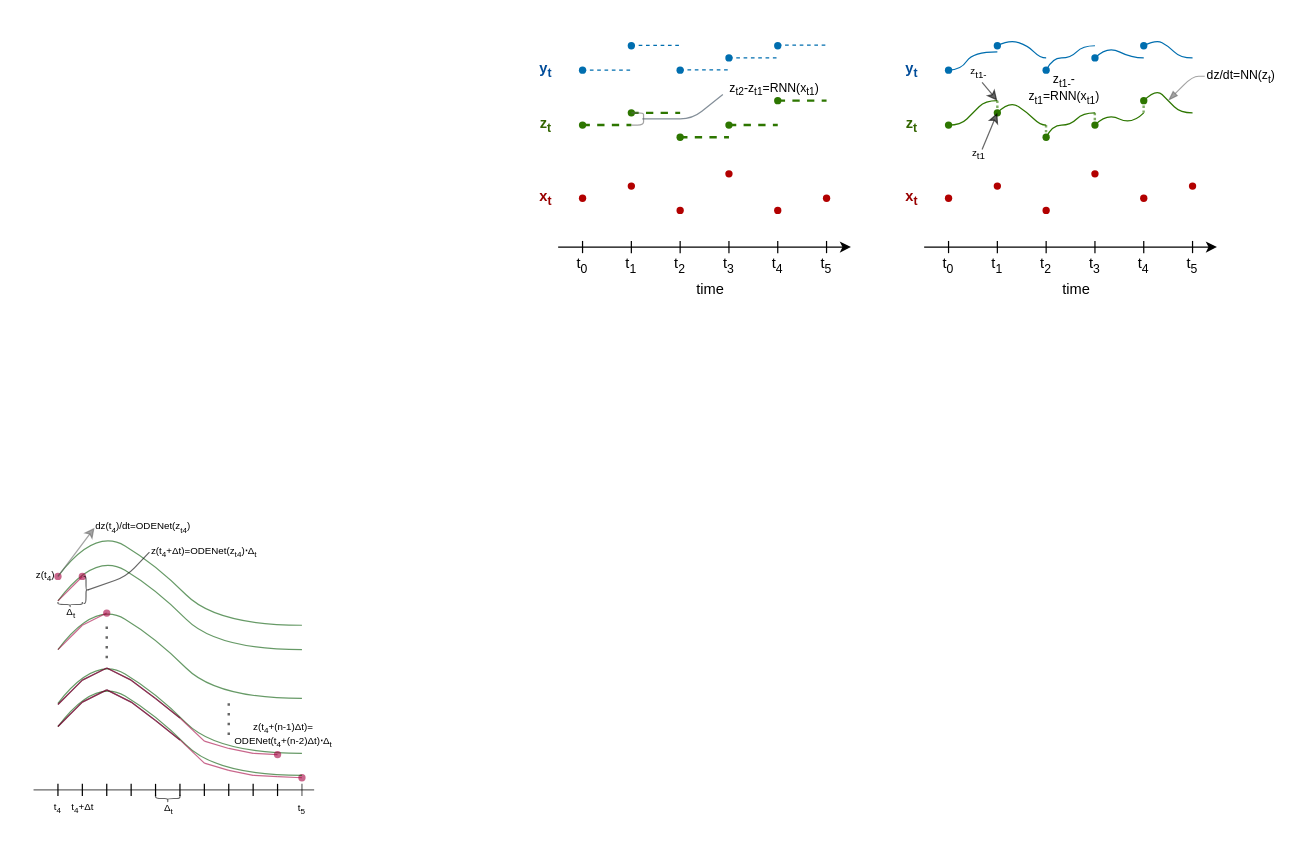
Above: graph1.drawio in oizin/links (draw.io), before the change. Source tidied: cells renumbered, new cells numbered last; positions are measured from the earlier drawing's top-left corner, leaving out a move shared by most shapes. Both pictures are drawn from the tidied source at 122%, with x=0, y=0 at pixel (21, 21).
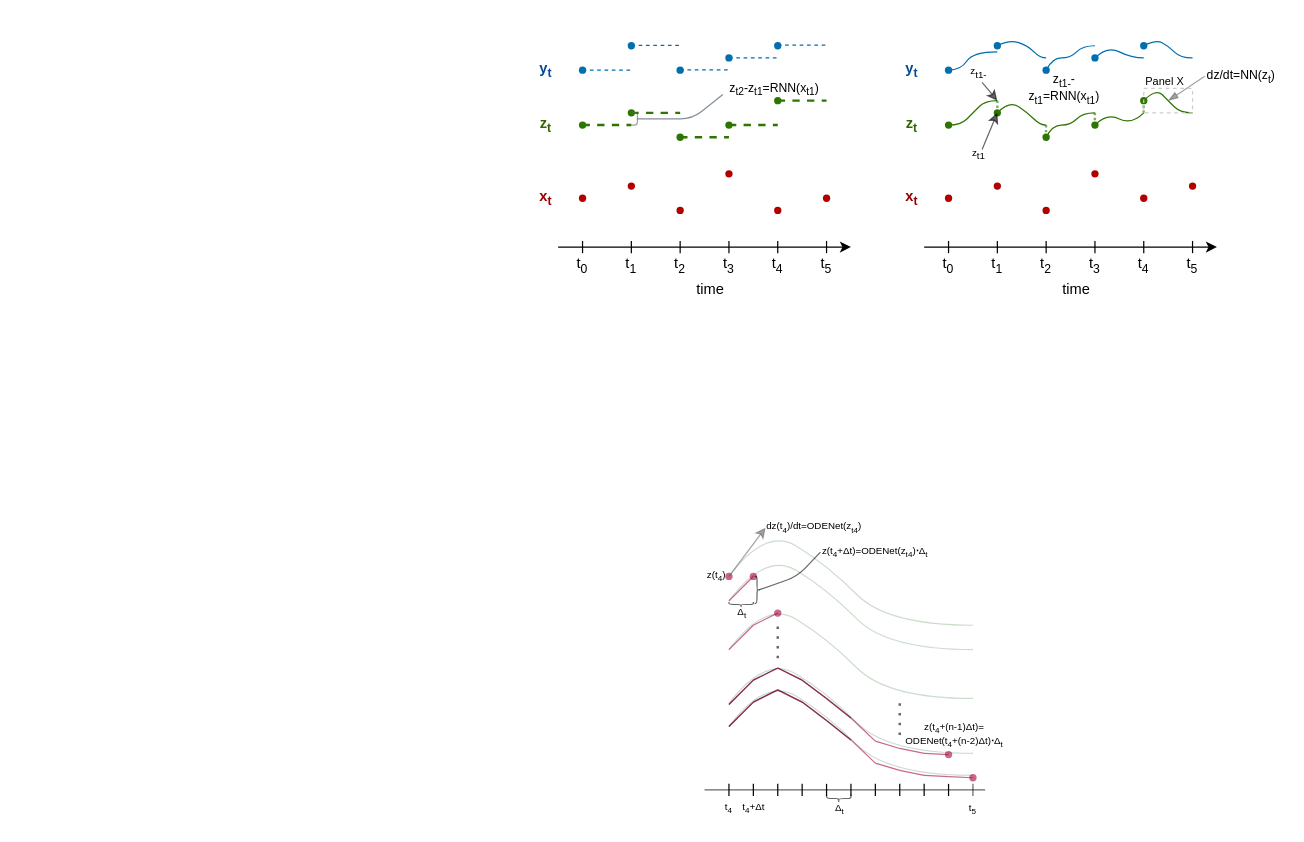
Above is the later version.

Change to the diagram source:
```diff
@@
     <mxCell id="90" style="endArrow=blockThin;html=1;fontColor=#000000;fillColor=#f5f5f5;strokeColor=#666666;gradientColor=#b3b3b3;opacity=60;endFill=1;" parent="1" edge="1">
       <mxGeometry relative="1" as="geometry">
         <mxPoint x="970" y="45" as="sourcePoint" />
         <mxPoint x="940" y="65" as="targetPoint" />
-        <Array as="points">
-          <mxPoint x="960" y="45" />
-        </Array>
       </mxGeometry>
     </mxCell>
@@
     <mxCell id="103" style="shape=curlyBracket;whiteSpace=wrap;html=1;rounded=1;fontSize=8;fontColor=#333333;strokeWidth=1;rotation=-180;fillColor=#f5f5f5;strokeColor=#666666;size=0;opacity=60;" parent="1" vertex="1">
-      <mxGeometry x="500" y="75" width="10" height="10" as="geometry" />
+      <mxGeometry x="500" y="75" width="5" height="10" as="geometry" />
     </mxCell>
     <mxCell id="104" style="line;strokeWidth=1;html=1;fontSize=8;fontColor=#000000;opacity=60;" parent="1" vertex="1">
-      <mxGeometry x="10" y="625" width="230" height="10" as="geometry" />
+      <mxGeometry x="560" y="625" width="230" height="10" as="geometry" />
     </mxCell>
-    <mxCell id="105" style="curved=1;endArrow=none;html=1;fontSize=8;fontColor=#000000;strokeWidth=1;opacity=60;endFill=0;fillColor=#008a00;strokeColor=#005700;" parent="1" edge="1">
+    <mxCell id="105" style="curved=1;endArrow=none;html=1;fontSize=8;fontColor=#000000;strokeWidth=1;opacity=20;endFill=0;fillColor=#008a00;strokeColor=#005700;textOpacity=50;" parent="1" edge="1">
       <mxGeometry relative="1" as="geometry">
-        <mxPoint x="30" y="455" as="sourcePoint" />
-        <mxPoint x="230" y="495" as="targetPoint" />
+        <mxPoint x="580" y="455" as="sourcePoint" />
+        <mxPoint x="780" y="495" as="targetPoint" />
         <Array as="points">
-          <mxPoint x="60" y="415" />
-          <mxPoint x="110" y="445" />
-          <mxPoint x="160" y="495" />
+          <mxPoint x="610" y="415" />
+          <mxPoint x="660" y="445" />
+          <mxPoint x="710" y="495" />
         </Array>
       </mxGeometry>
     </mxCell>
     <mxCell id="106" style="line;strokeWidth=1;direction=south;html=1;" parent="1" vertex="1">
-      <mxGeometry x="25" y="625" width="10" height="10" as="geometry" />
+      <mxGeometry x="575" y="625" width="10" height="10" as="geometry" />
     </mxCell>
-    <mxCell id="107" style="curved=1;endArrow=none;html=1;fontSize=8;fontColor=#000000;strokeWidth=1;opacity=60;endFill=0;fillColor=#008a00;strokeColor=#005700;" parent="1" edge="1">
+    <mxCell id="107" style="curved=1;endArrow=none;html=1;fontSize=8;fontColor=#000000;strokeWidth=1;opacity=20;endFill=0;fillColor=#008a00;strokeColor=#005700;" parent="1" edge="1">
       <mxGeometry relative="1" as="geometry">
-        <mxPoint x="30" y="475" as="sourcePoint" />
-        <mxPoint x="230" y="515" as="targetPoint" />
+        <mxPoint x="580" y="475" as="sourcePoint" />
+        <mxPoint x="780" y="515" as="targetPoint" />
         <Array as="points">
-          <mxPoint x="60" y="435" />
-          <mxPoint x="110" y="465" />
-          <mxPoint x="160" y="515" />
+          <mxPoint x="610" y="435" />
+          <mxPoint x="660" y="465" />
+          <mxPoint x="710" y="515" />
         </Array>
       </mxGeometry>
     </mxCell>
     <mxCell id="108" style="shape=waypoint;sketch=0;fillStyle=solid;size=6;fillColor=#d80073;perimeter=centerPerimeter;fontSize=8;fontColor=#ffffff;strokeWidth=1;opacity=60;strokeColor=#A50040;" parent="1" vertex="1">
-      <mxGeometry x="10" y="435" width="40" height="40" as="geometry" />
+      <mxGeometry x="560" y="435" width="40" height="40" as="geometry" />
     </mxCell>
     <mxCell id="109" style="shape=waypoint;sketch=0;fillStyle=solid;size=6;points=[];fillColor=#d80073;perimeter=centerPerimeter;snapToPoint=1;fontSize=8;fontColor=#ffffff;strokeWidth=1;opacity=60;strokeColor=#A50040;" parent="1" vertex="1">
-      <mxGeometry x="30" y="435" width="40" height="40" as="geometry" />
+      <mxGeometry x="580" y="435" width="40" height="40" as="geometry" />
     </mxCell>
-    <mxCell id="110" style="curved=1;endArrow=none;html=1;fontSize=8;fontColor=#000000;strokeWidth=1;opacity=60;endFill=0;fillColor=#008a00;strokeColor=#005700;" parent="1" edge="1">
+    <mxCell id="110" style="curved=1;endArrow=none;html=1;fontSize=8;fontColor=#000000;strokeWidth=1;opacity=20;endFill=0;fillColor=#008a00;strokeColor=#005700;" parent="1" edge="1">
       <mxGeometry relative="1" as="geometry">
-        <mxPoint x="30" y="559" as="sourcePoint" />
-        <mxPoint x="230" y="600" as="targetPoint" />
+        <mxPoint x="580" y="559" as="sourcePoint" />
+        <mxPoint x="780" y="600" as="targetPoint" />
         <Array as="points">
-          <mxPoint x="60" y="520" />
-          <mxPoint x="110" y="550" />
-          <mxPoint x="160" y="600" />
+          <mxPoint x="610" y="520" />
+          <mxPoint x="660" y="550" />
+          <mxPoint x="710" y="600" />
         </Array>
       </mxGeometry>
     </mxCell>
@@
     <mxCell id="112" value="z(t&lt;sub&gt;4&lt;/sub&gt;)" style="text;html=1;strokeColor=none;fillColor=none;align=center;verticalAlign=middle;whiteSpace=wrap;rounded=0;fontSize=8;fontColor=#000000;opacity=60;" parent="1" vertex="1">
-      <mxGeometry y="445" width="40" height="20" as="geometry" />
+      <mxGeometry x="550" y="445" width="40" height="20" as="geometry" />
     </mxCell>
     <mxCell id="113" style="endArrow=none;html=1;fontSize=8;fontColor=#000000;strokeWidth=1;opacity=60;" parent="1" edge="1">
       <mxGeometry relative="1" as="geometry">
-        <mxPoint x="230" y="635" as="sourcePoint" />
-        <mxPoint x="230" y="625" as="targetPoint" />
+        <mxPoint x="780" y="635" as="sourcePoint" />
+        <mxPoint x="780" y="625" as="targetPoint" />
       </mxGeometry>
     </mxCell>
     <mxCell id="114" style="line;strokeWidth=1;direction=south;html=1;" parent="1" vertex="1">
-      <mxGeometry x="45" y="625" width="10" height="10" as="geometry" />
+      <mxGeometry x="595" y="625" width="10" height="10" as="geometry" />
     </mxCell>
     <mxCell id="115" style="line;strokeWidth=1;direction=south;html=1;" parent="1" vertex="1">
-      <mxGeometry x="60" y="625" width="20" height="10" as="geometry" />
+      <mxGeometry x="610" y="625" width="20" height="10" as="geometry" />
     </mxCell>
     <mxCell id="116" style="line;strokeWidth=1;direction=south;html=1;" parent="1" vertex="1">
-      <mxGeometry x="80" y="625" width="20" height="10" as="geometry" />
+      <mxGeometry x="630" y="625" width="20" height="10" as="geometry" />
     </mxCell>
     <mxCell id="117" style="line;strokeWidth=1;direction=south;html=1;" parent="1" vertex="1">
-      <mxGeometry x="100" y="625" width="20" height="10" as="geometry" />
+      <mxGeometry x="650" y="625" width="20" height="10" as="geometry" />
     </mxCell>
     <mxCell id="118" style="line;strokeWidth=1;direction=south;html=1;" parent="1" vertex="1">
-      <mxGeometry x="120" y="625" width="20" height="10" as="geometry" />
+      <mxGeometry x="670" y="625" width="20" height="10" as="geometry" />
     </mxCell>
     <mxCell id="119" style="line;strokeWidth=1;direction=south;html=1;" parent="1" vertex="1">
-      <mxGeometry x="140" y="625" width="20" height="10" as="geometry" />
+      <mxGeometry x="690" y="625" width="20" height="10" as="geometry" />
     </mxCell>
     <mxCell id="120" style="line;strokeWidth=1;direction=south;html=1;" parent="1" vertex="1">
-      <mxGeometry x="160" y="625" width="20" height="10" as="geometry" />
+      <mxGeometry x="710" y="625" width="20" height="10" as="geometry" />
     </mxCell>
     <mxCell id="121" style="line;strokeWidth=1;direction=south;html=1;" parent="1" vertex="1">
-      <mxGeometry x="180" y="625" width="20" height="10" as="geometry" />
+      <mxGeometry x="730" y="625" width="20" height="10" as="geometry" />
     </mxCell>
     <mxCell id="122" style="line;strokeWidth=1;direction=south;html=1;" parent="1" vertex="1">
-      <mxGeometry x="200" y="625" width="20" height="10" as="geometry" />
+      <mxGeometry x="750" y="625" width="20" height="10" as="geometry" />
     </mxCell>
     <mxCell id="123" style="endArrow=none;html=1;fontSize=8;fontColor=#000000;strokeWidth=1;opacity=60;fillColor=#d80073;strokeColor=#A50040;" parent="1" edge="1">
       <mxGeometry relative="1" as="geometry">
-        <mxPoint x="30" y="475" as="sourcePoint" />
-        <mxPoint x="50" y="455" as="targetPoint" />
+        <mxPoint x="580" y="475" as="sourcePoint" />
+        <mxPoint x="600" y="455" as="targetPoint" />
       </mxGeometry>
     </mxCell>
-    <mxCell id="124" style="curved=1;endArrow=none;html=1;fontSize=8;fontColor=#000000;strokeWidth=1;opacity=60;endFill=0;fillColor=#008a00;strokeColor=#005700;" parent="1" edge="1">
+    <mxCell id="124" style="curved=1;endArrow=none;html=1;fontSize=8;fontColor=#000000;strokeWidth=1;opacity=20;endFill=0;fillColor=#008a00;strokeColor=#005700;" parent="1" edge="1">
       <mxGeometry relative="1" as="geometry">
-        <mxPoint x="30" y="515" as="sourcePoint" />
-        <mxPoint x="230" y="555" as="targetPoint" />
+        <mxPoint x="580" y="515" as="sourcePoint" />
+        <mxPoint x="780" y="555" as="targetPoint" />
         <Array as="points">
-          <mxPoint x="60" y="475" />
-          <mxPoint x="110" y="505" />
-          <mxPoint x="160" y="555" />
+          <mxPoint x="610" y="475" />
+          <mxPoint x="660" y="505" />
+          <mxPoint x="710" y="555" />
         </Array>
       </mxGeometry>
     </mxCell>
     <mxCell id="125" style="endArrow=none;html=1;fontSize=8;fontColor=#000000;strokeWidth=1;opacity=60;fillColor=#d80073;strokeColor=#A50040;" parent="1" edge="1">
       <mxGeometry relative="1" as="geometry">
-        <mxPoint x="30" y="515" as="sourcePoint" />
-        <mxPoint x="50" y="495" as="targetPoint" />
+        <mxPoint x="580" y="515" as="sourcePoint" />
+        <mxPoint x="600" y="495" as="targetPoint" />
       </mxGeometry>
     </mxCell>
     <mxCell id="126" style="endArrow=none;html=1;fontSize=8;fontColor=#000000;strokeWidth=1;opacity=60;fillColor=#d80073;strokeColor=#A50040;" parent="1" edge="1">
       <mxGeometry relative="1" as="geometry">
-        <mxPoint x="50" y="495" as="sourcePoint" />
-        <mxPoint x="70" y="485" as="targetPoint" />
+        <mxPoint x="600" y="495" as="sourcePoint" />
+        <mxPoint x="620" y="485" as="targetPoint" />
       </mxGeometry>
     </mxCell>
     <mxCell id="127" style="shape=waypoint;sketch=0;fillStyle=solid;size=6;points=[];fillColor=#d80073;perimeter=centerPerimeter;snapToPoint=1;fontSize=8;fontColor=#ffffff;strokeWidth=1;opacity=60;strokeColor=#A50040;" parent="1" vertex="1">
-      <mxGeometry x="50" y="465" width="40" height="40" as="geometry" />
+      <mxGeometry x="600" y="465" width="40" height="40" as="geometry" />
     </mxCell>
     <mxCell id="128" style="shape=waypoint;sketch=0;fillStyle=solid;size=6;fillColor=#d80073;perimeter=centerPerimeter;fontSize=8;fontColor=#ffffff;strokeWidth=1;opacity=60;strokeColor=#A50040;" parent="1" vertex="1">
-      <mxGeometry x="210" y="600" width="40" height="40" as="geometry" />
+      <mxGeometry x="760" y="600" width="40" height="40" as="geometry" />
     </mxCell>
     <mxCell id="129" style="shape=curlyBracket;whiteSpace=wrap;html=1;rounded=1;fontSize=8;fontColor=#000000;strokeWidth=1;opacity=60;rotation=-90;" parent="1" vertex="1">
-      <mxGeometry x="117" y="627" width="6" height="20" as="geometry" />
+      <mxGeometry x="667" y="627" width="6" height="20" as="geometry" />
     </mxCell>
     <mxCell id="130" value="&lt;span&gt;Δ&lt;sub&gt;t&lt;/sub&gt;&lt;/span&gt;" style="text;html=1;strokeColor=none;fillColor=none;align=center;verticalAlign=middle;whiteSpace=wrap;rounded=0;fontSize=8;fontColor=#000000;opacity=60;" parent="1" vertex="1">
-      <mxGeometry x="111" y="638" width="20" height="15" as="geometry" />
+      <mxGeometry x="661" y="638" width="20" height="15" as="geometry" />
     </mxCell>
     <mxCell id="131" value="z(t&lt;sub&gt;4&lt;/sub&gt;+&lt;span&gt;Δt)&lt;/span&gt;&lt;span&gt;=ODENet(z&lt;sub&gt;t4&lt;/sub&gt;)&lt;/span&gt;&lt;span class=&quot;ILfuVd&quot;&gt;&lt;span class=&quot;hgKElc&quot;&gt;&lt;b&gt;⋅&lt;/b&gt;&lt;/span&gt;&lt;/span&gt;&lt;span&gt;&lt;span&gt;Δ&lt;sub&gt;t&lt;/sub&gt;&lt;/span&gt;&lt;/span&gt;" style="text;html=1;strokeColor=none;fillColor=none;align=center;verticalAlign=middle;whiteSpace=wrap;rounded=0;fontSize=8;fontColor=#000000;opacity=60;" parent="1" vertex="1">
-      <mxGeometry x="105" y="425" width="90" height="20" as="geometry" />
+      <mxGeometry x="655" y="425" width="90" height="20" as="geometry" />
     </mxCell>
     <mxCell id="132" value="t&lt;sub&gt;4&lt;/sub&gt;" style="text;html=1;strokeColor=none;fillColor=none;align=center;verticalAlign=middle;whiteSpace=wrap;rounded=0;fontSize=8;fontColor=#000000;opacity=60;" parent="1" vertex="1">
-      <mxGeometry x="10" y="635" width="40" height="20" as="geometry" />
+      <mxGeometry x="560" y="635" width="40" height="20" as="geometry" />
     </mxCell>
     <mxCell id="133" value="t&lt;sub&gt;4&lt;/sub&gt;+&lt;span&gt;Δt&lt;/span&gt;" style="text;html=1;strokeColor=none;fillColor=none;align=center;verticalAlign=middle;whiteSpace=wrap;rounded=0;fontSize=8;fontColor=#000000;opacity=60;" parent="1" vertex="1">
-      <mxGeometry x="40" y="635" width="21" height="20" as="geometry" />
+      <mxGeometry x="590" y="635" width="21" height="20" as="geometry" />
     </mxCell>
     <mxCell id="134" value="t&lt;sub&gt;5&lt;/sub&gt;" style="text;html=1;strokeColor=none;fillColor=none;align=center;verticalAlign=middle;whiteSpace=wrap;rounded=0;fontSize=8;fontColor=#000000;opacity=60;" parent="1" vertex="1">
-      <mxGeometry x="210" y="635.5" width="40" height="20" as="geometry" />
+      <mxGeometry x="760" y="635.5" width="40" height="20" as="geometry" />
     </mxCell>
     <mxCell id="135" style="endArrow=none;html=1;fontSize=8;fontColor=#000000;strokeWidth=1;opacity=60;entryX=0;entryY=0.5;entryDx=0;entryDy=0;startArrow=none;startFill=0;exitX=0.1;exitY=0.5;exitDx=0;exitDy=0;exitPerimeter=0;" parent="1" edge="1" source="140" target="131">
       <mxGeometry relative="1" as="geometry">
         <Array as="points">
-          <mxPoint x="86" y="455" />
+          <mxPoint x="636" y="455" />
         </Array>
       </mxGeometry>
     </mxCell>
@@
     <mxCell id="137" style="endArrow=classic;html=1;fontSize=8;fontColor=#000000;strokeWidth=1;opacity=60;fillColor=#f5f5f5;strokeColor=#666666;" parent="1" edge="1">
       <mxGeometry relative="1" as="geometry">
-        <mxPoint x="30" y="455" as="sourcePoint" />
-        <mxPoint x="60" y="415" as="targetPoint" />
+        <mxPoint x="580" y="455" as="sourcePoint" />
+        <mxPoint x="610" y="415" as="targetPoint" />
       </mxGeometry>
     </mxCell>
     <mxCell id="138" style="shape=curlyBracket;whiteSpace=wrap;html=1;rounded=1;fontSize=8;fontColor=#000000;strokeWidth=1;opacity=60;rotation=-90;" parent="1" vertex="1">
-      <mxGeometry x="38" y="468" width="4" height="20" as="geometry" />
+      <mxGeometry x="588" y="468" width="4" height="20" as="geometry" />
     </mxCell>
     <mxCell id="139" value="&lt;span&gt;Δ&lt;sub&gt;t&lt;/sub&gt;&lt;/span&gt;" style="text;html=1;strokeColor=none;fillColor=none;align=center;verticalAlign=middle;whiteSpace=wrap;rounded=0;fontSize=8;fontColor=#000000;opacity=60;" parent="1" vertex="1">
-      <mxGeometry x="31" y="477" width="20" height="15" as="geometry" />
+      <mxGeometry x="581" y="477" width="20" height="15" as="geometry" />
     </mxCell>
     <mxCell id="140" style="shape=curlyBracket;whiteSpace=wrap;html=1;rounded=1;fontSize=8;fontColor=#000000;strokeWidth=1;opacity=60;rotation=-180;" parent="1" vertex="1">
-      <mxGeometry x="51" y="455" width="4" height="22" as="geometry" />
+      <mxGeometry x="601" y="455" width="4" height="22" as="geometry" />
     </mxCell>
     <mxCell id="141" value="&lt;span&gt;dz&lt;/span&gt;(t&lt;sub&gt;4&lt;/sub&gt;)/dt=&lt;span&gt;ODENet(z&lt;sub&gt;t4&lt;/sub&gt;)&lt;/span&gt;&lt;span class=&quot;ILfuVd&quot;&gt;&lt;span class=&quot;hgKElc&quot;&gt;&lt;/span&gt;&lt;/span&gt;&lt;span&gt;&lt;span&gt;&lt;/span&gt;&lt;/span&gt;" style="text;html=1;strokeColor=none;fillColor=none;align=center;verticalAlign=middle;whiteSpace=wrap;rounded=0;fontSize=8;fontColor=#000000;opacity=60;" parent="1" vertex="1">
-      <mxGeometry x="55" y="405" width="90" height="20" as="geometry" />
+      <mxGeometry x="605" y="405" width="90" height="20" as="geometry" />
     </mxCell>
     <mxCell id="142" style="group;" parent="1" vertex="1">
-      <mxGeometry x="30" y="530" width="230" height="91" as="geometry" />
+      <mxGeometry x="580" y="530" width="230" height="91" as="geometry" />
     </mxCell>
@@
-    <mxCell id="158" style="curved=1;endArrow=none;html=1;fontSize=8;fontColor=#000000;strokeWidth=1;opacity=60;endFill=0;fillColor=#008a00;strokeColor=#005700;" parent="142" edge="1">
+    <mxCell id="158" style="curved=1;endArrow=none;html=1;fontSize=8;fontColor=#000000;strokeWidth=1;opacity=20;endFill=0;fillColor=#008a00;strokeColor=#005700;" parent="142" edge="1">
       <mxGeometry relative="1" as="geometry">
         <mxPoint y="48" as="sourcePoint" />
         <mxPoint x="200" y="88" as="targetPoint" />
         <Array as="points">
           <mxPoint x="30" y="8" />
           <mxPoint x="80" y="38" />
           <mxPoint x="130" y="88" />
         </Array>
       </mxGeometry>
     </mxCell>
@@
     <mxCell id="176" style="endArrow=none;dashed=1;html=1;dashPattern=1 3;strokeWidth=2;fontSize=8;fontColor=#000000;opacity=60;" parent="1" edge="1">
       <mxGeometry relative="1" as="geometry">
-        <mxPoint x="70" y="522" as="sourcePoint" />
-        <mxPoint x="70" y="492" as="targetPoint" />
+        <mxPoint x="620" y="522" as="sourcePoint" />
+        <mxPoint x="620" y="492" as="targetPoint" />
       </mxGeometry>
     </mxCell>
+    <mxCell id="177" style="rounded=0;whiteSpace=wrap;html=1;perimeterSpacing=1;fillColor=none;dashed=1;strokeColor=#CCCCCC;" parent="1" vertex="1">
+      <mxGeometry x="920" y="55" width="40" height="20" as="geometry" />
+    </mxCell>
+    <mxCell id="178" value="Panel X" style="text;html=1;strokeColor=none;fillColor=none;align=center;verticalAlign=middle;whiteSpace=wrap;rounded=0;dashed=1;fontSize=9;" parent="1" vertex="1">
+      <mxGeometry x="920" y="45" width="35" height="10" as="geometry" />
+    </mxCell>
```
